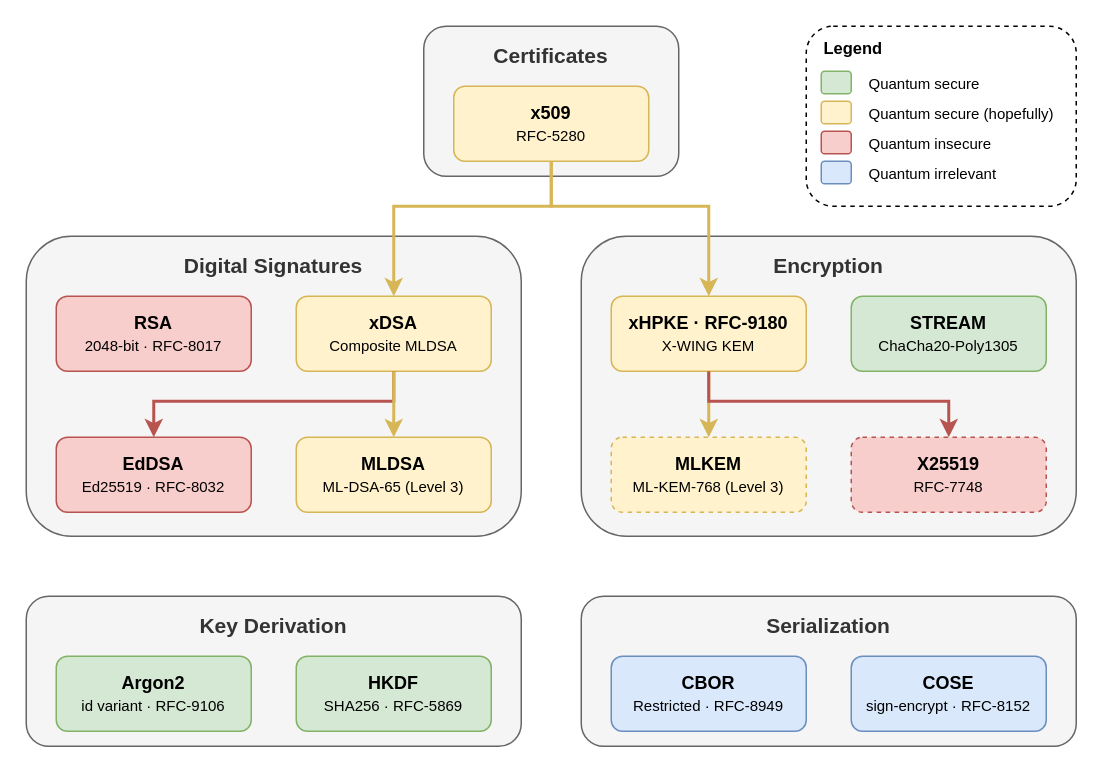
The draw.io diagram docs/overview.drawio in dark-bio/crypto-rs, before the edit. Source tidied: cells renumbered, new cells numbered last; positions are measured from the earlier drawing's top-left corner, leaving out a move shared by most shapes. Both pictures are drawn from the tidied source at 150%, with x=0, y=0 at pixel (26, 26).
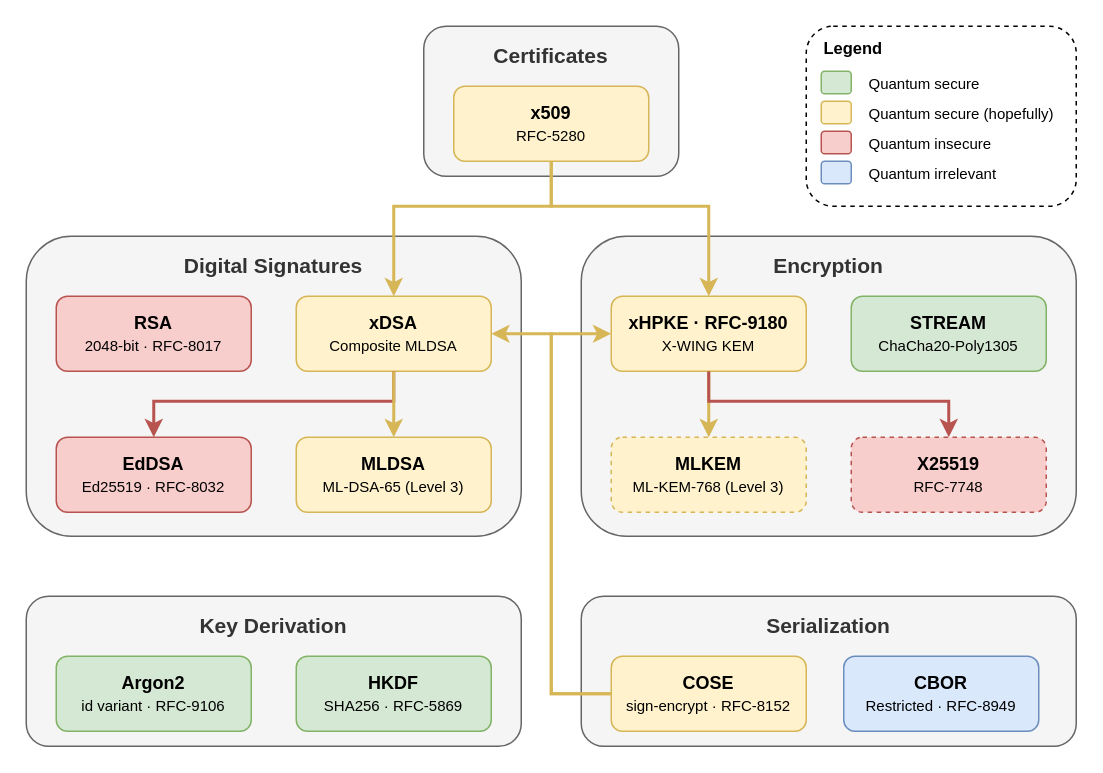
After the change.

Commit message (it also covers changes not shown here):
cose: replace home-baked crypto envelope with COSE

The change refers to these unchanged cells:
```xml
<mxCell id="5" value="&lt;b&gt;xDSA&lt;/b&gt;&lt;br&gt;&lt;font style=&quot;font-size:10px&quot;&gt;Composite MLDSA&lt;/font&gt;" style="rounded=1;whiteSpace=wrap;html=1;fillColor=#fff2cc;strokeColor=#d6b656;shadow=0;" parent="1" vertex="1">
  <mxGeometry x="180" y="180" width="130" height="50" as="geometry" />
</mxCell>
<mxCell id="10" value="&lt;b&gt;xHPKE&lt;/b&gt;&lt;font style=&quot;&quot;&gt;&lt;b&gt;&amp;nbsp;· RFC-9180&lt;/b&gt;&lt;/font&gt;&lt;div&gt;&lt;font style=&quot;&quot;&gt;&lt;span style=&quot;font-size: 10px;&quot;&gt;X-WING KEM&lt;/span&gt;&lt;/font&gt;&lt;/div&gt;" style="rounded=1;whiteSpace=wrap;html=1;fillColor=#fff2cc;strokeColor=#d6b656;shadow=0;" parent="1" vertex="1">
  <mxGeometry x="390" y="180" width="130" height="50" as="geometry" />
</mxCell>
```

The edit, as a diff of the source:
```diff
@@
     <mxCell id="17" value="&lt;b&gt;CBOR&lt;/b&gt;&lt;br&gt;&lt;font style=&quot;font-size:10px&quot;&gt;Restricted&amp;nbsp;·&amp;nbsp;RFC-8949&lt;/font&gt;" style="rounded=1;whiteSpace=wrap;html=1;fillColor=#dae8fc;strokeColor=#6c8ebf;shadow=0;" parent="1" vertex="1">
-      <mxGeometry x="390" y="420" width="130" height="50" as="geometry" />
+      <mxGeometry x="545" y="420" width="130" height="50" as="geometry" />
     </mxCell>
@@
-    <mxCell id="35" value="&lt;b&gt;COSE&lt;/b&gt;&lt;br&gt;&lt;font style=&quot;font-size:10px&quot;&gt;sign-encrypt · RFC-&lt;/font&gt;&lt;span style=&quot;font-size: 10px;&quot;&gt;8152&lt;/span&gt;" style="rounded=1;whiteSpace=wrap;html=1;fillColor=#dae8fc;strokeColor=#6c8ebf;shadow=0;" parent="1" vertex="1">
-      <mxGeometry x="550" y="420" width="130" height="50" as="geometry" />
+    <mxCell id="35" value="&lt;b&gt;COSE&lt;/b&gt;&lt;br&gt;&lt;font style=&quot;font-size:10px&quot;&gt;sign-encrypt · RFC-&lt;/font&gt;&lt;span style=&quot;font-size: 10px;&quot;&gt;8152&lt;/span&gt;" style="rounded=1;whiteSpace=wrap;html=1;fillColor=#fff2cc;strokeColor=#d6b656;shadow=0;" parent="1" vertex="1">
+      <mxGeometry x="390" y="420" width="130" height="50" as="geometry" />
     </mxCell>
+    <mxCell id="36" style="edgeStyle=orthogonalEdgeStyle;rounded=0;jettySize=auto;html=1;strokeColor=#d6b656;strokeWidth=2;endArrow=classic;shadow=0;fillColor=#fff2cc;exitX=0;exitY=0.5;exitDx=0;exitDy=0;entryX=1;entryY=0.5;entryDx=0;entryDy=0;" parent="1" edge="1" source="35" target="5">
+      <mxGeometry relative="1" as="geometry">
+        <Array as="points">
+          <mxPoint x="350" y="445" />
+          <mxPoint x="350" y="205" />
+        </Array>
+      </mxGeometry>
+    </mxCell>
+    <mxCell id="37" style="edgeStyle=orthogonalEdgeStyle;rounded=0;jettySize=auto;html=1;strokeColor=#d6b656;strokeWidth=2;endArrow=classic;shadow=0;fillColor=#fff2cc;exitX=0;exitY=0.5;exitDx=0;exitDy=0;entryX=0;entryY=0.5;entryDx=0;entryDy=0;" parent="1" edge="1" source="35" target="10">
+      <mxGeometry relative="1" as="geometry">
+        <Array as="points">
+          <mxPoint x="350" y="445" />
+          <mxPoint x="350" y="205" />
+        </Array>
+      </mxGeometry>
+    </mxCell>
```
